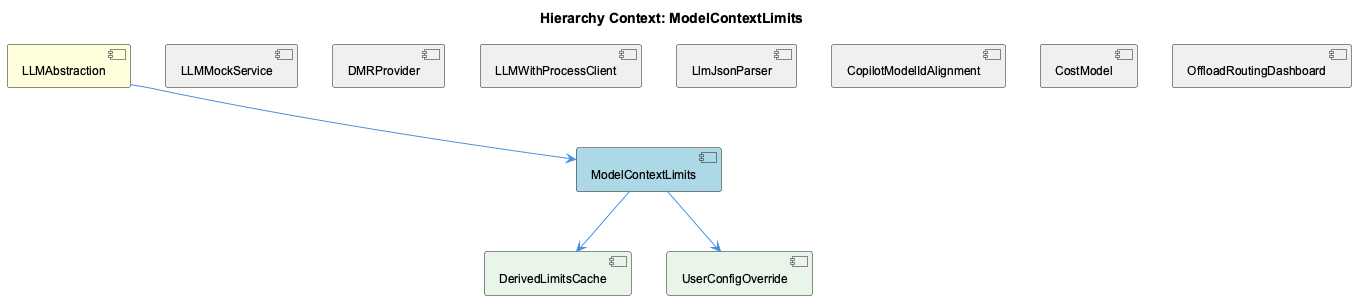
Above: knowledge-management/insights/images/model-context-limits-relationship.png in fwornle/coding (PlantUML), before the change.
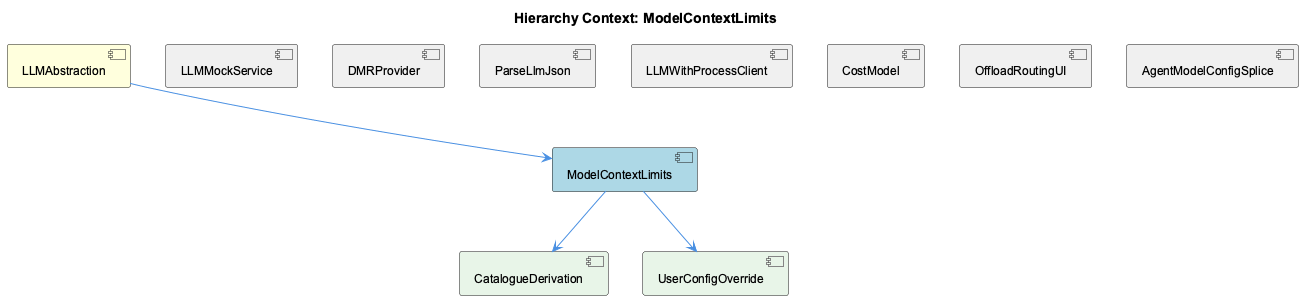
After the commit.

The edit, as a diff of the source:
```diff
@@ -7,23 +7,23 @@
 [ModelContextLimits] as model_context_limits #LightBlue
 [LLMMockService] as llmmock_service #F0F0F0
 [DMRProvider] as dmrprovider #F0F0F0
+[ParseLlmJson] as parse_llm_json #F0F0F0
 [LLMWithProcessClient] as llmwith_process_client #F0F0F0
-[LlmJsonParser] as llm_json_parser #F0F0F0
-[CopilotModelIdAlignment] as copilot_model_id_alignment #F0F0F0
 [CostModel] as cost_model #F0F0F0
-[OffloadRoutingDashboard] as offload_routing_dashboard #F0F0F0
-[DerivedLimitsCache] as derived_limits_cache #E8F5E8
+[OffloadRoutingUI] as offload_routing_ui #F0F0F0
+[AgentModelConfigSplice] as agent_model_config_splice #F0F0F0
+[CatalogueDerivation] as catalogue_derivation #E8F5E8
 [UserConfigOverride] as user_config_override #E8F5E8
 
 llmabstraction --> model_context_limits
 llmmock_service -[hidden]- model_context_limits
 dmrprovider -[hidden]- model_context_limits
+parse_llm_json -[hidden]- model_context_limits
 llmwith_process_client -[hidden]- model_context_limits
-llm_json_parser -[hidden]- model_context_limits
-copilot_model_id_alignment -[hidden]- model_context_limits
 cost_model -[hidden]- model_context_limits
-offload_routing_dashboard -[hidden]- model_context_limits
-model_context_limits --> derived_limits_cache
+offload_routing_ui -[hidden]- model_context_limits
+agent_model_config_splice -[hidden]- model_context_limits
+model_context_limits --> catalogue_derivation
 model_context_limits --> user_config_override
 
 @enduml
```
